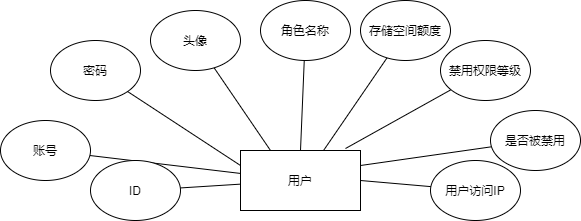
Before: 用户实体E-R图.png, a diagram exported from draw.io (deepinsea/draw). Source tidied: cells renumbered, new cells last; positions are measured from the earlier drawing's top-left corner, leaving out a move shared by most shapes.
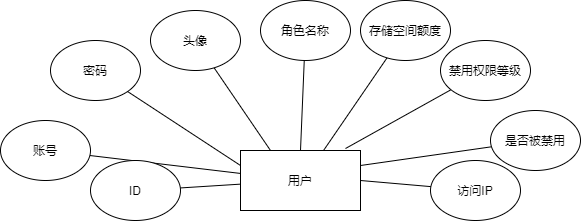
After the change.

Commit message:
更新用户实体E-R图.png

What changed in the source:
```diff
@@ -56,7 +56,7 @@
     <mxCell id="19" style="edgeStyle=none;rounded=0;jettySize=auto;html=1;entryX=1;entryY=0.5;entryDx=0;entryDy=0;endArrow=none;endFill=0;" parent="1" edge="1" source="20" target="2">
       <mxGeometry relative="1" as="geometry" />
     </mxCell>
-    <mxCell id="20" value="用户访问IP" style="ellipse;whiteSpace=wrap;html=1;" parent="1" vertex="1">
+    <mxCell id="20" value="访问IP" style="ellipse;whiteSpace=wrap;html=1;" parent="1" vertex="1">
       <mxGeometry x="430" y="160" width="90" height="60" as="geometry" />
     </mxCell>
   </root>
```
